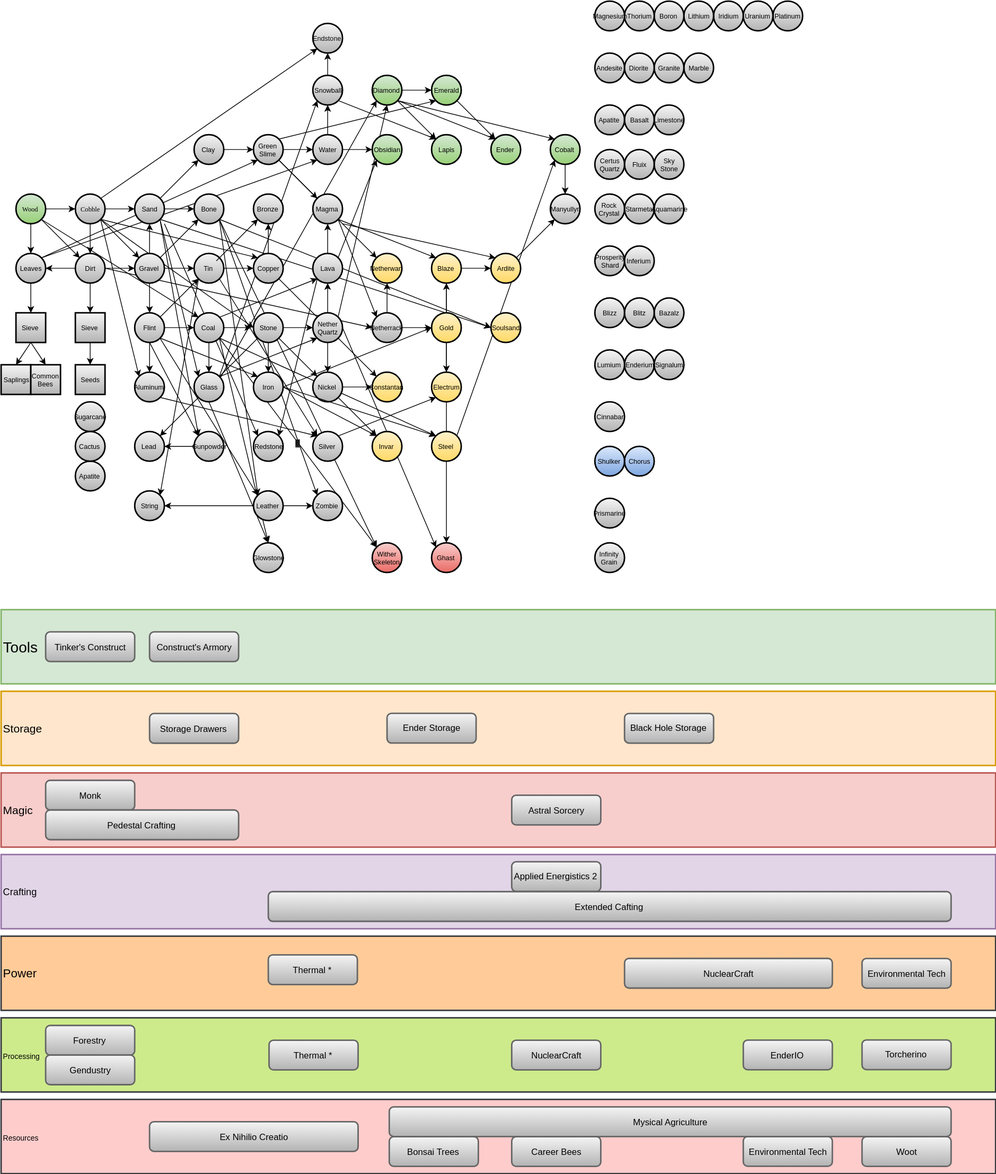
The draw.io diagram BeeTree.svg in Drakma/vacant-sky-3, before a commit. Source tidied: cells renumbered, new cells last; positions are measured from the earlier drawing's top-left corner, leaving out a move shared by most shapes.
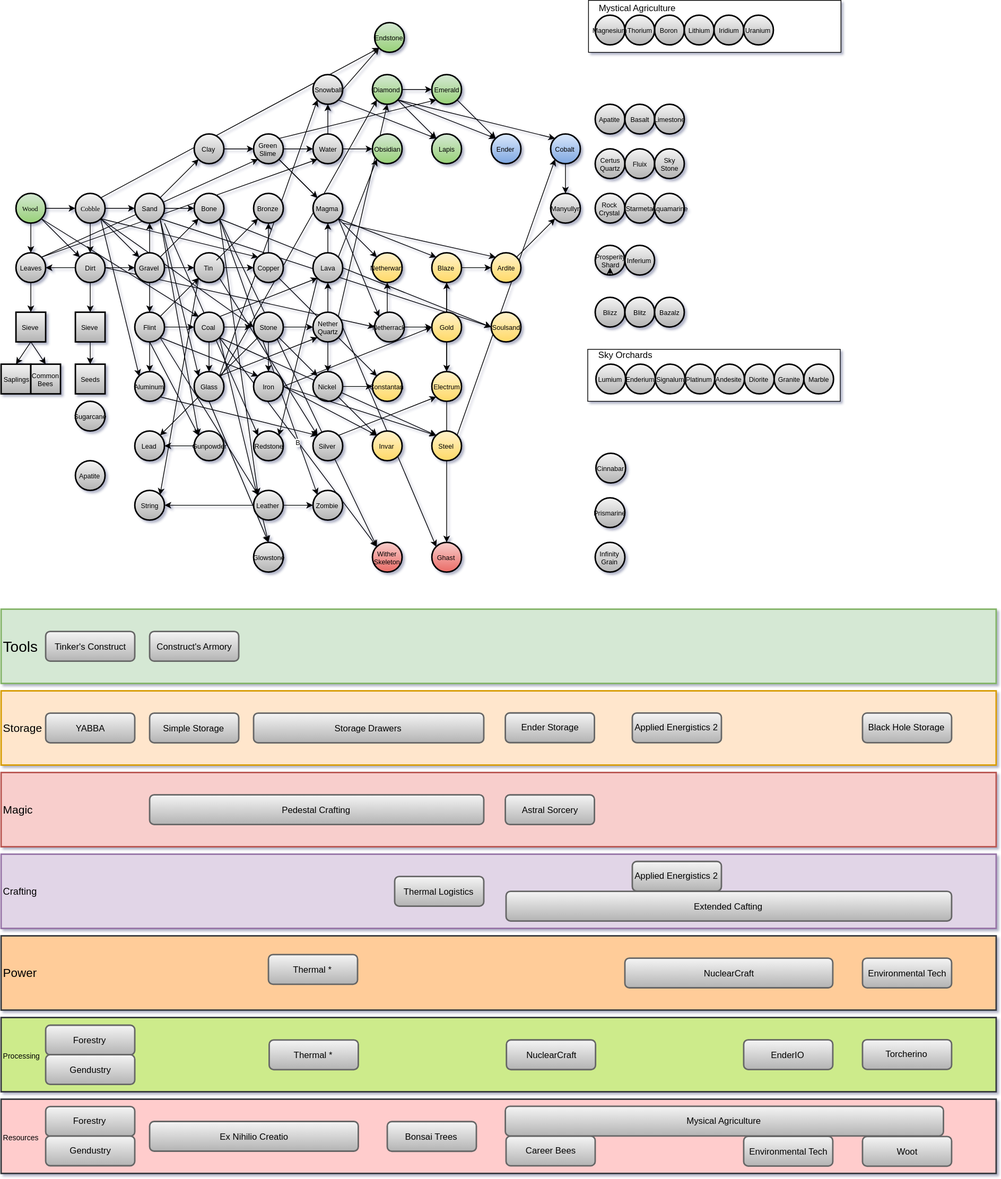
The same file after the commit.

The edit, as a diff of the source:
```diff
@@ -4,2 +4,8 @@
     <mxCell id="1" parent="0" />
+    <mxCell id="231" style="rounded=0;whiteSpace=wrap;html=1;" parent="1" vertex="1">
+      <mxGeometry x="791" width="340" height="70" as="geometry" />
+    </mxCell>
+    <mxCell id="232" style="rounded=0;whiteSpace=wrap;html=1;" parent="1" vertex="1">
+      <mxGeometry x="790" y="470" width="340" height="70" as="geometry" />
+    </mxCell>
     <mxCell id="2" style="endArrow=classic;html=1;fontSize=9;align=center;entryX=0.5;entryY=0;fillColor=#f5f5f5;strokeColor=#000000;gradientColor=#b3b3b3;strokeWidth=1;fontColor=#000000;" parent="1" edge="1" target="123">
@@ -353,3 +359,3 @@
     <mxCell id="110" value="&lt;font style=&quot;font-size: 9px;&quot;&gt;Netherrack&lt;/font&gt;" style="ellipse;whiteSpace=wrap;fillColor=#f5f5f5;align=center;horizontal=1;fontSize=9;labelBorderColor=none;html=1;strokeColor=#030303;strokeWidth=2;gradientColor=#b3b3b3;fontColor=#000000;" parent="1" vertex="1">
-      <mxGeometry x="500" y="420" width="40" height="40" as="geometry" />
+      <mxGeometry x="503" y="420" width="40" height="40" as="geometry" />
     </mxCell>
@@ -445,6 +451,6 @@
     </mxCell>
-    <mxCell id="139" value="&lt;font style=&quot;font-size: 9px&quot;&gt;Ender&lt;/font&gt;" style="ellipse;whiteSpace=wrap;fillColor=#d5e8d4;strokeColor=#000000;gradientColor=#97d077;align=center;horizontal=1;fontSize=9;labelBorderColor=none;html=1;strokeWidth=2;fontColor=#000000;" parent="1" vertex="1">
+    <mxCell id="139" value="&lt;font style=&quot;font-size: 9px&quot;&gt;Ender&lt;/font&gt;" style="ellipse;whiteSpace=wrap;fillColor=#dae8fc;strokeColor=#000000;gradientColor=#7ea6e0;align=center;horizontal=1;fontSize=9;labelBorderColor=none;html=1;strokeWidth=2;fontColor=#000000;shadow=0;" parent="1" vertex="1">
       <mxGeometry x="660" y="180" width="40" height="40" as="geometry" />
     </mxCell>
-    <mxCell id="140" value="&lt;font style=&quot;font-size: 9px&quot;&gt;Cobalt&lt;/font&gt;" style="ellipse;whiteSpace=wrap;fillColor=#d5e8d4;strokeColor=#000000;gradientColor=#97d077;align=center;horizontal=1;fontSize=9;labelBorderColor=none;html=1;shadow=0;strokeWidth=2;fontColor=#000000;" parent="1" vertex="1">
+    <mxCell id="140" value="&lt;font style=&quot;font-size: 9px&quot;&gt;Cobalt&lt;/font&gt;" style="ellipse;whiteSpace=wrap;fillColor=#dae8fc;strokeColor=#000000;gradientColor=#7ea6e0;align=center;horizontal=1;fontSize=9;labelBorderColor=none;html=1;shadow=0;strokeWidth=2;fontColor=#000000;" parent="1" vertex="1">
       <mxGeometry x="740" y="180" width="40" height="40" as="geometry" />
@@ -520,9 +526,9 @@
     <mxCell id="163" value="Platinum&lt;br&gt;" style="ellipse;whiteSpace=wrap;html=1;strokeColor=#000000;fillColor=#f5f5f5;gradientColor=#b3b3b3;fontSize=9;strokeWidth=2;fontColor=#000000;" parent="1" vertex="1">
-      <mxGeometry x="1040" width="40" height="40" as="geometry" />
+      <mxGeometry x="920.5" y="490" width="40" height="40" as="geometry" />
     </mxCell>
     <mxCell id="164" value="Iridium" style="ellipse;whiteSpace=wrap;html=1;strokeColor=#000000;fillColor=#f5f5f5;gradientColor=#b3b3b3;fontSize=9;strokeWidth=2;fontColor=#000000;" parent="1" vertex="1">
-      <mxGeometry x="960" width="40" height="40" as="geometry" />
+      <mxGeometry x="959.5" y="20" width="40" height="40" as="geometry" />
     </mxCell>
     <mxCell id="165" value="Cinnabar&lt;br&gt;" style="ellipse;whiteSpace=wrap;html=1;strokeColor=#000000;fillColor=#f5f5f5;gradientColor=#b3b3b3;fontSize=9;strokeWidth=2;fontColor=#000000;" parent="1" vertex="1">
-      <mxGeometry x="800" y="540" width="40" height="40" as="geometry" />
+      <mxGeometry x="800.5" y="610" width="40" height="40" as="geometry" />
     </mxCell>
@@ -538,3 +544,3 @@
     <mxCell id="169" value="Uranium&lt;br&gt;" style="ellipse;whiteSpace=wrap;html=1;strokeColor=#000000;fillColor=#f5f5f5;gradientColor=#b3b3b3;fontSize=9;strokeWidth=2;fontColor=#000000;" parent="1" vertex="1">
-      <mxGeometry x="1000" width="40" height="40" as="geometry" />
+      <mxGeometry x="999.5" y="20" width="40" height="40" as="geometry" />
     </mxCell>
@@ -552,4 +558,4 @@
     </mxCell>
-    <mxCell id="174" value="&lt;p&gt;Endstone&lt;/p&gt;" style="ellipse;whiteSpace=wrap;html=1;strokeColor=#000000;fillColor=#f5f5f5;gradientColor=#b3b3b3;fontSize=9;strokeWidth=2;fontColor=#0F0F0F;" parent="1" vertex="1">
-      <mxGeometry x="420" y="30" width="40" height="40" as="geometry" />
+    <mxCell id="174" value="&lt;p&gt;Endstone&lt;/p&gt;" style="ellipse;whiteSpace=wrap;html=1;strokeColor=#000000;fillColor=#d5e8d4;fontSize=9;strokeWidth=2;gradientColor=#97d077;fontColor=#000000;labelBorderColor=none;" parent="1" vertex="1">
+      <mxGeometry x="503" y="30" width="40" height="40" as="geometry" />
     </mxCell>
@@ -567,5 +573,2 @@
     </mxCell>
-    <mxCell id="179" value="Cactus&lt;br&gt;" style="ellipse;whiteSpace=wrap;html=1;strokeColor=#000000;fillColor=#f5f5f5;gradientColor=#b3b3b3;fontSize=9;strokeWidth=2;fontColor=#000000;" parent="1" vertex="1">
-      <mxGeometry x="100" y="580" width="40" height="40" as="geometry" />
-    </mxCell>
     <mxCell id="180" value="Blizz&lt;br&gt;" style="ellipse;whiteSpace=wrap;html=1;strokeColor=#000000;fillColor=#f5f5f5;gradientColor=#b3b3b3;fontSize=9;strokeWidth=2;fontColor=#000000;" parent="1" vertex="1">
@@ -576,8 +579,2 @@
     </mxCell>
-    <mxCell id="182" value="Shulker&lt;br&gt;" style="ellipse;whiteSpace=wrap;html=1;strokeColor=#000000;fillColor=#dae8fc;gradientColor=#7ea6e0;fontSize=9;strokeWidth=2;fontColor=#000000;direction=east;shadow=0;" parent="1" vertex="1">
-      <mxGeometry x="800" y="600" width="40" height="40" as="geometry" />
-    </mxCell>
-    <mxCell id="183" value="Chorus&lt;br&gt;" style="ellipse;whiteSpace=wrap;html=1;strokeColor=#000000;fillColor=#dae8fc;gradientColor=#7ea6e0;fontSize=9;strokeWidth=2;fontColor=#000000;direction=east;shadow=0;" parent="1" vertex="1">
-      <mxGeometry x="840" y="600" width="40" height="40" as="geometry" />
-    </mxCell>
     <mxCell id="184" value="Bazalz&lt;br&gt;" style="ellipse;whiteSpace=wrap;html=1;strokeColor=#000000;fillColor=#f5f5f5;gradientColor=#b3b3b3;fontSize=9;strokeWidth=2;fontColor=#000000;" parent="1" vertex="1">
@@ -586,30 +583,30 @@
     <mxCell id="185" value="Enderium&lt;br&gt;" style="ellipse;whiteSpace=wrap;html=1;strokeColor=#000000;fillColor=#f5f5f5;gradientColor=#b3b3b3;fontSize=9;strokeWidth=2;fontColor=#000000;" parent="1" vertex="1">
-      <mxGeometry x="840" y="470" width="40" height="40" as="geometry" />
+      <mxGeometry x="840.5" y="490" width="40" height="40" as="geometry" />
     </mxCell>
     <mxCell id="186" value="Signalum&lt;br&gt;" style="ellipse;whiteSpace=wrap;html=1;strokeColor=#000000;fillColor=#f5f5f5;gradientColor=#b3b3b3;fontSize=9;strokeWidth=2;fontColor=#000000;" parent="1" vertex="1">
-      <mxGeometry x="880" y="470" width="40" height="40" as="geometry" />
+      <mxGeometry x="880.5" y="490" width="40" height="40" as="geometry" />
     </mxCell>
     <mxCell id="187" value="Lumium&lt;br&gt;" style="ellipse;whiteSpace=wrap;html=1;strokeColor=#000000;fillColor=#f5f5f5;gradientColor=#b3b3b3;fontSize=9;strokeWidth=2;fontColor=#000000;" parent="1" vertex="1">
-      <mxGeometry x="800" y="470" width="40" height="40" as="geometry" />
+      <mxGeometry x="800.5" y="490" width="40" height="40" as="geometry" />
     </mxCell>
     <mxCell id="188" value="Boron&lt;br&gt;" style="ellipse;whiteSpace=wrap;html=1;strokeColor=#000000;fillColor=#f5f5f5;gradientColor=#b3b3b3;fontSize=9;strokeWidth=2;fontColor=#000000;" parent="1" vertex="1">
-      <mxGeometry x="880" width="40" height="40" as="geometry" />
+      <mxGeometry x="879.5" y="20" width="40" height="40" as="geometry" />
     </mxCell>
     <mxCell id="189" value="Lithium&lt;br&gt;" style="ellipse;whiteSpace=wrap;html=1;strokeColor=#000000;fillColor=#f5f5f5;gradientColor=#b3b3b3;fontSize=9;strokeWidth=2;fontColor=#000000;" parent="1" vertex="1">
-      <mxGeometry x="920" width="40" height="40" as="geometry" />
+      <mxGeometry x="919.5" y="20" width="40" height="40" as="geometry" />
     </mxCell>
     <mxCell id="190" value="Thorium&lt;br&gt;" style="ellipse;whiteSpace=wrap;html=1;strokeColor=#000000;fillColor=#f5f5f5;gradientColor=#b3b3b3;fontSize=9;strokeWidth=2;fontColor=#000000;" parent="1" vertex="1">
-      <mxGeometry x="840" width="40" height="40" as="geometry" />
+      <mxGeometry x="839.5" y="20" width="40" height="40" as="geometry" />
     </mxCell>
     <mxCell id="191" value="Magnesium&lt;br&gt;" style="ellipse;whiteSpace=wrap;html=1;strokeColor=#000000;fillColor=#f5f5f5;gradientColor=#b3b3b3;fontSize=9;strokeWidth=2;fontColor=#000000;" parent="1" vertex="1">
-      <mxGeometry x="800" width="40" height="40" as="geometry" />
+      <mxGeometry x="799.5" y="20" width="40" height="40" as="geometry" />
     </mxCell>
     <mxCell id="192" value="Andesite" style="ellipse;whiteSpace=wrap;html=1;strokeColor=#000000;fillColor=#f5f5f5;gradientColor=#b3b3b3;fontSize=9;strokeWidth=2;fontColor=#000000;" parent="1" vertex="1">
-      <mxGeometry x="800" y="70" width="40" height="40" as="geometry" />
+      <mxGeometry x="960.5" y="490" width="40" height="40" as="geometry" />
     </mxCell>
     <mxCell id="193" value="Diorite&lt;br&gt;" style="ellipse;whiteSpace=wrap;html=1;strokeColor=#000000;fillColor=#f5f5f5;gradientColor=#b3b3b3;fontSize=9;strokeWidth=2;fontColor=#000000;" parent="1" vertex="1">
-      <mxGeometry x="840" y="70" width="40" height="40" as="geometry" />
+      <mxGeometry x="1000.5" y="490" width="40" height="40" as="geometry" />
     </mxCell>
     <mxCell id="194" value="Marble&lt;br&gt;" style="ellipse;whiteSpace=wrap;html=1;strokeColor=#000000;fillColor=#f5f5f5;gradientColor=#b3b3b3;fontSize=9;strokeWidth=2;fontColor=#000000;" parent="1" vertex="1">
-      <mxGeometry x="920" y="70" width="40" height="40" as="geometry" />
+      <mxGeometry x="1080.5" y="490" width="40" height="40" as="geometry" />
     </mxCell>
@@ -636,18 +633,18 @@
     <mxCell id="201" value="Granite&lt;br&gt;" style="ellipse;whiteSpace=wrap;html=1;strokeColor=#000000;fillColor=#f5f5f5;gradientColor=#b3b3b3;fontSize=9;strokeWidth=2;fontColor=#000000;" parent="1" vertex="1">
-      <mxGeometry x="880" y="70" width="40" height="40" as="geometry" />
+      <mxGeometry x="1040.5" y="490" width="40" height="40" as="geometry" />
     </mxCell>
     <mxCell id="202" value="&lt;font color=&quot;#000000&quot;&gt;Applied Energistics 2&lt;/font&gt;&lt;br&gt;" style="rounded=1;whiteSpace=wrap;html=1;labelBackgroundColor=none;labelBorderColor=none;fillColor=#f5f5f5;strokeColor=#666666;strokeWidth=2;gradientColor=#b3b3b3;" parent="1" vertex="1">
-      <mxGeometry x="688" y="1159.8" width="120" height="40" as="geometry" />
+      <mxGeometry x="850" y="1159.8" width="120" height="40" as="geometry" />
     </mxCell>
     <mxCell id="203" value="&lt;font color=&quot;#000000&quot;&gt;Astral Sorcery&lt;/font&gt;&lt;br&gt;" style="rounded=1;whiteSpace=wrap;html=1;labelBackgroundColor=none;labelBorderColor=none;fillColor=#f5f5f5;strokeColor=#666666;strokeWidth=2;gradientColor=#b3b3b3;" parent="1" vertex="1">
-      <mxGeometry x="688" y="1070.1" width="120" height="40" as="geometry" />
+      <mxGeometry x="679" y="1070.1" width="120" height="40" as="geometry" />
     </mxCell>
     <mxCell id="204" value="&lt;font color=&quot;#000000&quot;&gt;Black Hole Storage&lt;/font&gt;&lt;br&gt;" style="rounded=1;whiteSpace=wrap;html=1;labelBackgroundColor=none;labelBorderColor=none;fillColor=#f5f5f5;strokeColor=#666666;strokeWidth=2;gradientColor=#b3b3b3;" parent="1" vertex="1">
-      <mxGeometry x="840" y="959.9" width="120" height="40" as="geometry" />
+      <mxGeometry x="1160" y="959.9" width="120" height="40" as="geometry" />
     </mxCell>
     <mxCell id="205" value="&lt;font color=&quot;#000000&quot;&gt;Bonsai Trees&lt;/font&gt;&lt;br&gt;" style="rounded=1;whiteSpace=wrap;html=1;labelBackgroundColor=none;labelBorderColor=none;fillColor=#f5f5f5;strokeColor=#666666;strokeWidth=2;gradientColor=#b3b3b3;" parent="1" vertex="1">
-      <mxGeometry x="523" y="1530.2" width="120" height="40" as="geometry" />
+      <mxGeometry x="520" y="1510.2" width="120" height="40" as="geometry" />
     </mxCell>
     <mxCell id="206" value="&lt;font color=&quot;#000000&quot;&gt;Career Bees&lt;/font&gt;&lt;br&gt;" style="rounded=1;whiteSpace=wrap;html=1;labelBackgroundColor=none;labelBorderColor=none;fillColor=#f5f5f5;strokeColor=#666666;strokeWidth=2;gradientColor=#b3b3b3;" parent="1" vertex="1">
-      <mxGeometry x="688" y="1530.2" width="120" height="40" as="geometry" />
+      <mxGeometry x="680" y="1529.7" width="120" height="40" as="geometry" />
     </mxCell>
@@ -663,3 +660,3 @@
     <mxCell id="210" value="&lt;font color=&quot;#000000&quot;&gt;Ender Storage&lt;/font&gt;&lt;br&gt;" style="rounded=1;whiteSpace=wrap;html=1;labelBackgroundColor=none;labelBorderColor=none;fillColor=#f5f5f5;strokeColor=#666666;strokeWidth=2;gradientColor=#b3b3b3;" parent="1" vertex="1">
-      <mxGeometry x="520" y="959.8" width="120" height="40" as="geometry" />
+      <mxGeometry x="679" y="959.8" width="120" height="40" as="geometry" />
     </mxCell>
@@ -675,3 +672,3 @@
     <mxCell id="214" value="&lt;font color=&quot;#000000&quot;&gt;Extended Cafting&lt;/font&gt;&lt;br&gt;" style="rounded=1;whiteSpace=wrap;html=1;labelBackgroundColor=none;labelBorderColor=none;fillColor=#f5f5f5;strokeColor=#666666;strokeWidth=2;gradientColor=#b3b3b3;" parent="1" vertex="1">
-      <mxGeometry x="360" y="1200" width="920" height="40" as="geometry" />
+      <mxGeometry x="680" y="1200" width="600" height="40" as="geometry" />
     </mxCell>
@@ -680,13 +677,10 @@
     </mxCell>
-    <mxCell id="216" value="&lt;font color=&quot;#000000&quot;&gt;Monk&lt;/font&gt;&lt;br&gt;" style="rounded=1;whiteSpace=wrap;html=1;labelBackgroundColor=none;labelBorderColor=none;fillColor=#f5f5f5;strokeColor=#666666;strokeWidth=2;gradientColor=#b3b3b3;" parent="1" vertex="1">
-      <mxGeometry x="60" y="1050" width="120" height="40" as="geometry" />
-    </mxCell>
     <mxCell id="217" value="&lt;font color=&quot;#000000&quot;&gt;Mysical Agriculture&lt;/font&gt;&lt;br&gt;" style="rounded=1;whiteSpace=wrap;html=1;labelBackgroundColor=none;labelBorderColor=none;fillColor=#f5f5f5;strokeColor=#666666;strokeWidth=2;gradientColor=#b3b3b3;" parent="1" vertex="1">
-      <mxGeometry x="523" y="1490" width="757" height="40" as="geometry" />
+      <mxGeometry x="679" y="1489.5" width="590" height="40" as="geometry" />
     </mxCell>
     <mxCell id="218" value="&lt;font color=&quot;#000000&quot;&gt;Pedestal Crafting&lt;/font&gt;&lt;br&gt;" style="rounded=1;whiteSpace=wrap;html=1;labelBackgroundColor=none;labelBorderColor=none;fillColor=#f5f5f5;strokeColor=#666666;strokeWidth=2;gradientColor=#b3b3b3;" parent="1" vertex="1">
-      <mxGeometry x="60" y="1090" width="260" height="40" as="geometry" />
+      <mxGeometry x="200" y="1070" width="450" height="40" as="geometry" />
     </mxCell>
     <mxCell id="219" value="&lt;font color=&quot;#000000&quot;&gt;Storage Drawers&lt;/font&gt;&lt;br&gt;" style="rounded=1;whiteSpace=wrap;html=1;labelBackgroundColor=none;labelBorderColor=none;fillColor=#f5f5f5;strokeColor=#666666;strokeWidth=2;gradientColor=#b3b3b3;" parent="1" vertex="1">
-      <mxGeometry x="200" y="960" width="120" height="40" as="geometry" />
+      <mxGeometry x="340" y="960" width="310" height="40" as="geometry" />
     </mxCell>
@@ -716,3 +710,3 @@
     </mxCell>
-    <mxCell id="228" style="endArrow=classic;html=1;fontColor=#000000;entryX=0.5;entryY=1;exitX=0.5;exitY=0;strokeColor=#0D0D0D;" parent="1" edge="1" source="126" target="174">
+    <mxCell id="228" style="endArrow=classic;html=1;fontColor=#000000;entryX=0;entryY=1;exitX=1;exitY=0.5;strokeColor=#0D0D0D;exitDx=0;exitDy=0;entryDx=0;entryDy=0;" parent="1" edge="1" source="126" target="174">
       <mxGeometry relative="1" as="geometry" />
@@ -720,3 +714,3 @@
     <mxCell id="229" value="&lt;font color=&quot;#000000&quot;&gt;NuclearCraft&lt;/font&gt;&lt;br&gt;" style="rounded=1;whiteSpace=wrap;html=1;labelBackgroundColor=none;labelBorderColor=none;fillColor=#f5f5f5;strokeColor=#666666;strokeWidth=2;gradientColor=#b3b3b3;" parent="1" vertex="1">
-      <mxGeometry x="688" y="1400.2" width="120" height="40" as="geometry" />
+      <mxGeometry x="680.5" y="1400.2" width="120" height="40" as="geometry" />
     </mxCell>
@@ -725,2 +719,29 @@
     </mxCell>
+    <mxCell id="233" style="edgeStyle=orthogonalEdgeStyle;rounded=0;html=1;exitX=0.5;exitY=1;exitDx=0;exitDy=0;entryX=0.5;entryY=0.75;entryDx=0;entryDy=0;entryPerimeter=0;jettySize=auto;orthogonalLoop=1;" parent="1" edge="1" source="160" target="160">
+      <mxGeometry relative="1" as="geometry" />
+    </mxCell>
+    <mxCell id="234" value="&lt;font color=&quot;#000000&quot;&gt;YABBA&lt;/font&gt;&lt;br&gt;" style="rounded=1;whiteSpace=wrap;html=1;labelBackgroundColor=none;labelBorderColor=none;fillColor=#f5f5f5;strokeColor=#666666;strokeWidth=2;gradientColor=#b3b3b3;" parent="1" vertex="1">
+      <mxGeometry x="60" y="960" width="120" height="40" as="geometry" />
+    </mxCell>
+    <mxCell id="235" value="&lt;font color=&quot;#000000&quot;&gt;Simple Storage&lt;/font&gt;" style="rounded=1;whiteSpace=wrap;html=1;labelBackgroundColor=none;labelBorderColor=none;fillColor=#f5f5f5;strokeColor=#666666;strokeWidth=2;gradientColor=#b3b3b3;" parent="1" vertex="1">
+      <mxGeometry x="200" y="960" width="120" height="40" as="geometry" />
+    </mxCell>
+    <mxCell id="236" value="&lt;font color=&quot;#000000&quot;&gt;Applied Energistics 2&lt;/font&gt;&lt;br&gt;" style="rounded=1;whiteSpace=wrap;html=1;labelBackgroundColor=none;labelBorderColor=none;fillColor=#f5f5f5;strokeColor=#666666;strokeWidth=2;gradientColor=#b3b3b3;" parent="1" vertex="1">
+      <mxGeometry x="850" y="959.8" width="120" height="40" as="geometry" />
+    </mxCell>
+    <mxCell id="237" value="&lt;font color=&quot;#000000&quot;&gt;Forestry&lt;/font&gt;&lt;br&gt;" style="rounded=1;whiteSpace=wrap;html=1;labelBackgroundColor=none;labelBorderColor=none;fillColor=#f5f5f5;strokeColor=#666666;strokeWidth=2;gradientColor=#b3b3b3;" parent="1" vertex="1">
+      <mxGeometry x="60" y="1489.9" width="120" height="40" as="geometry" />
+    </mxCell>
+    <mxCell id="238" value="&lt;font color=&quot;#000000&quot;&gt;Gendustry&lt;/font&gt;&lt;br&gt;" style="rounded=1;whiteSpace=wrap;html=1;labelBackgroundColor=none;labelBorderColor=none;fillColor=#f5f5f5;strokeColor=#666666;strokeWidth=2;gradientColor=#b3b3b3;" parent="1" vertex="1">
+      <mxGeometry x="60" y="1529.6" width="120" height="40" as="geometry" />
+    </mxCell>
+    <mxCell id="239" value="&lt;font color=&quot;#000000&quot;&gt;Thermal Logistics&lt;/font&gt;&lt;br&gt;" style="rounded=1;whiteSpace=wrap;html=1;labelBackgroundColor=none;labelBorderColor=none;fillColor=#f5f5f5;strokeColor=#666666;strokeWidth=2;gradientColor=#b3b3b3;" parent="1" vertex="1">
+      <mxGeometry x="530" y="1180" width="120" height="40" as="geometry" />
+    </mxCell>
+    <mxCell id="240" value="&lt;br&gt;Sky Orchards&lt;br&gt;" style="text;html=1;strokeColor=none;fillColor=none;align=center;verticalAlign=middle;whiteSpace=wrap;rounded=0;" parent="1" vertex="1">
+      <mxGeometry x="750" y="460" width="180" height="20" as="geometry" />
+    </mxCell>
+    <mxCell id="241" value="Mystical Agriculture" style="text;html=1;strokeColor=none;fillColor=none;align=center;verticalAlign=middle;whiteSpace=wrap;rounded=0;" parent="1" vertex="1">
+      <mxGeometry x="710.5" width="290" height="20" as="geometry" />
+    </mxCell>
   </root>
```
